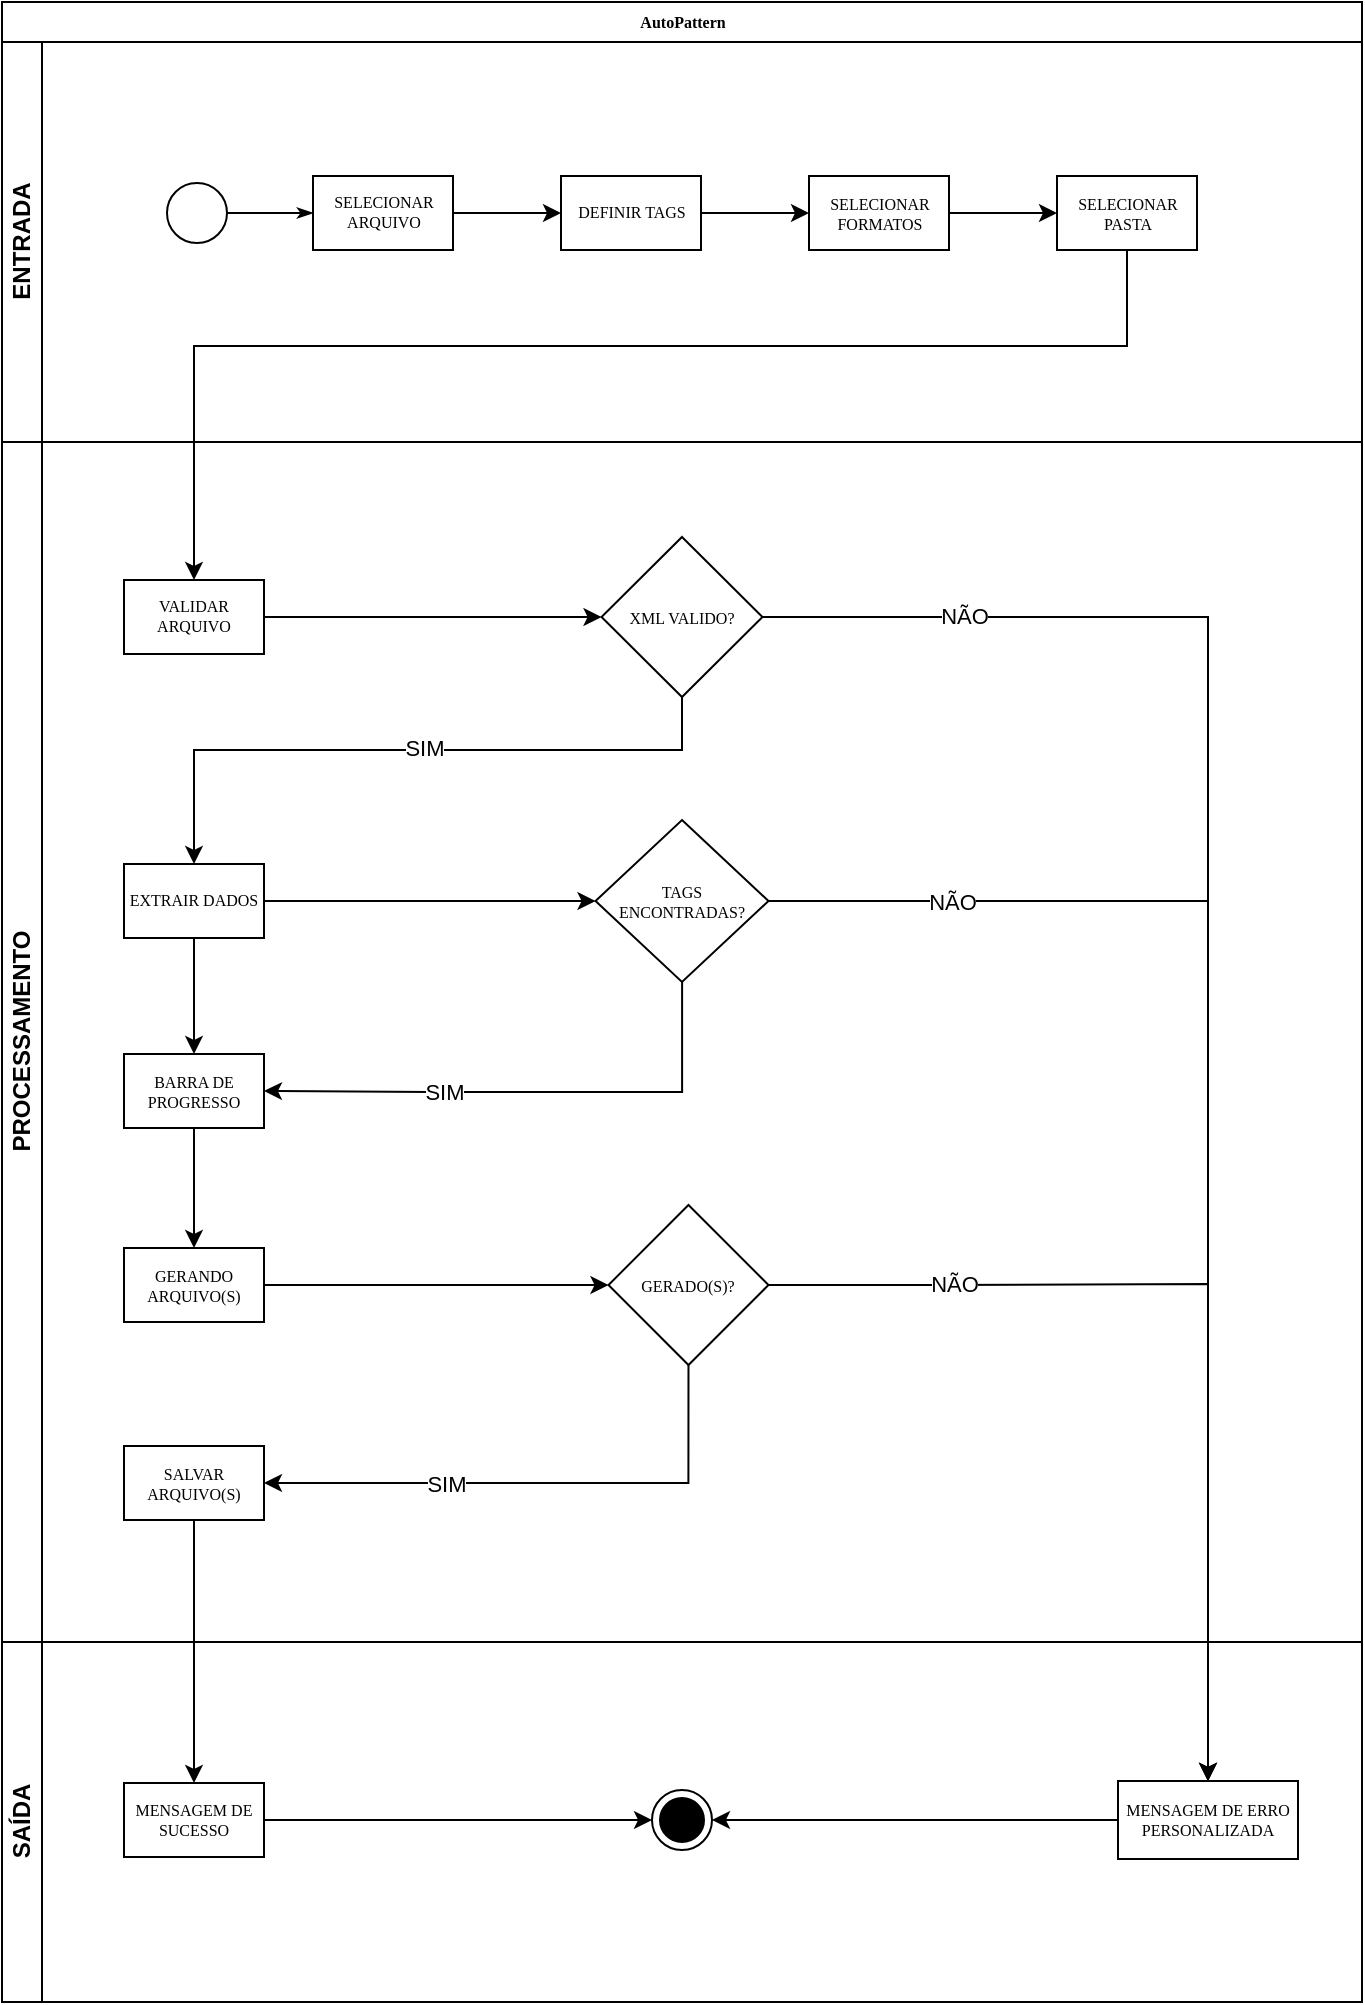
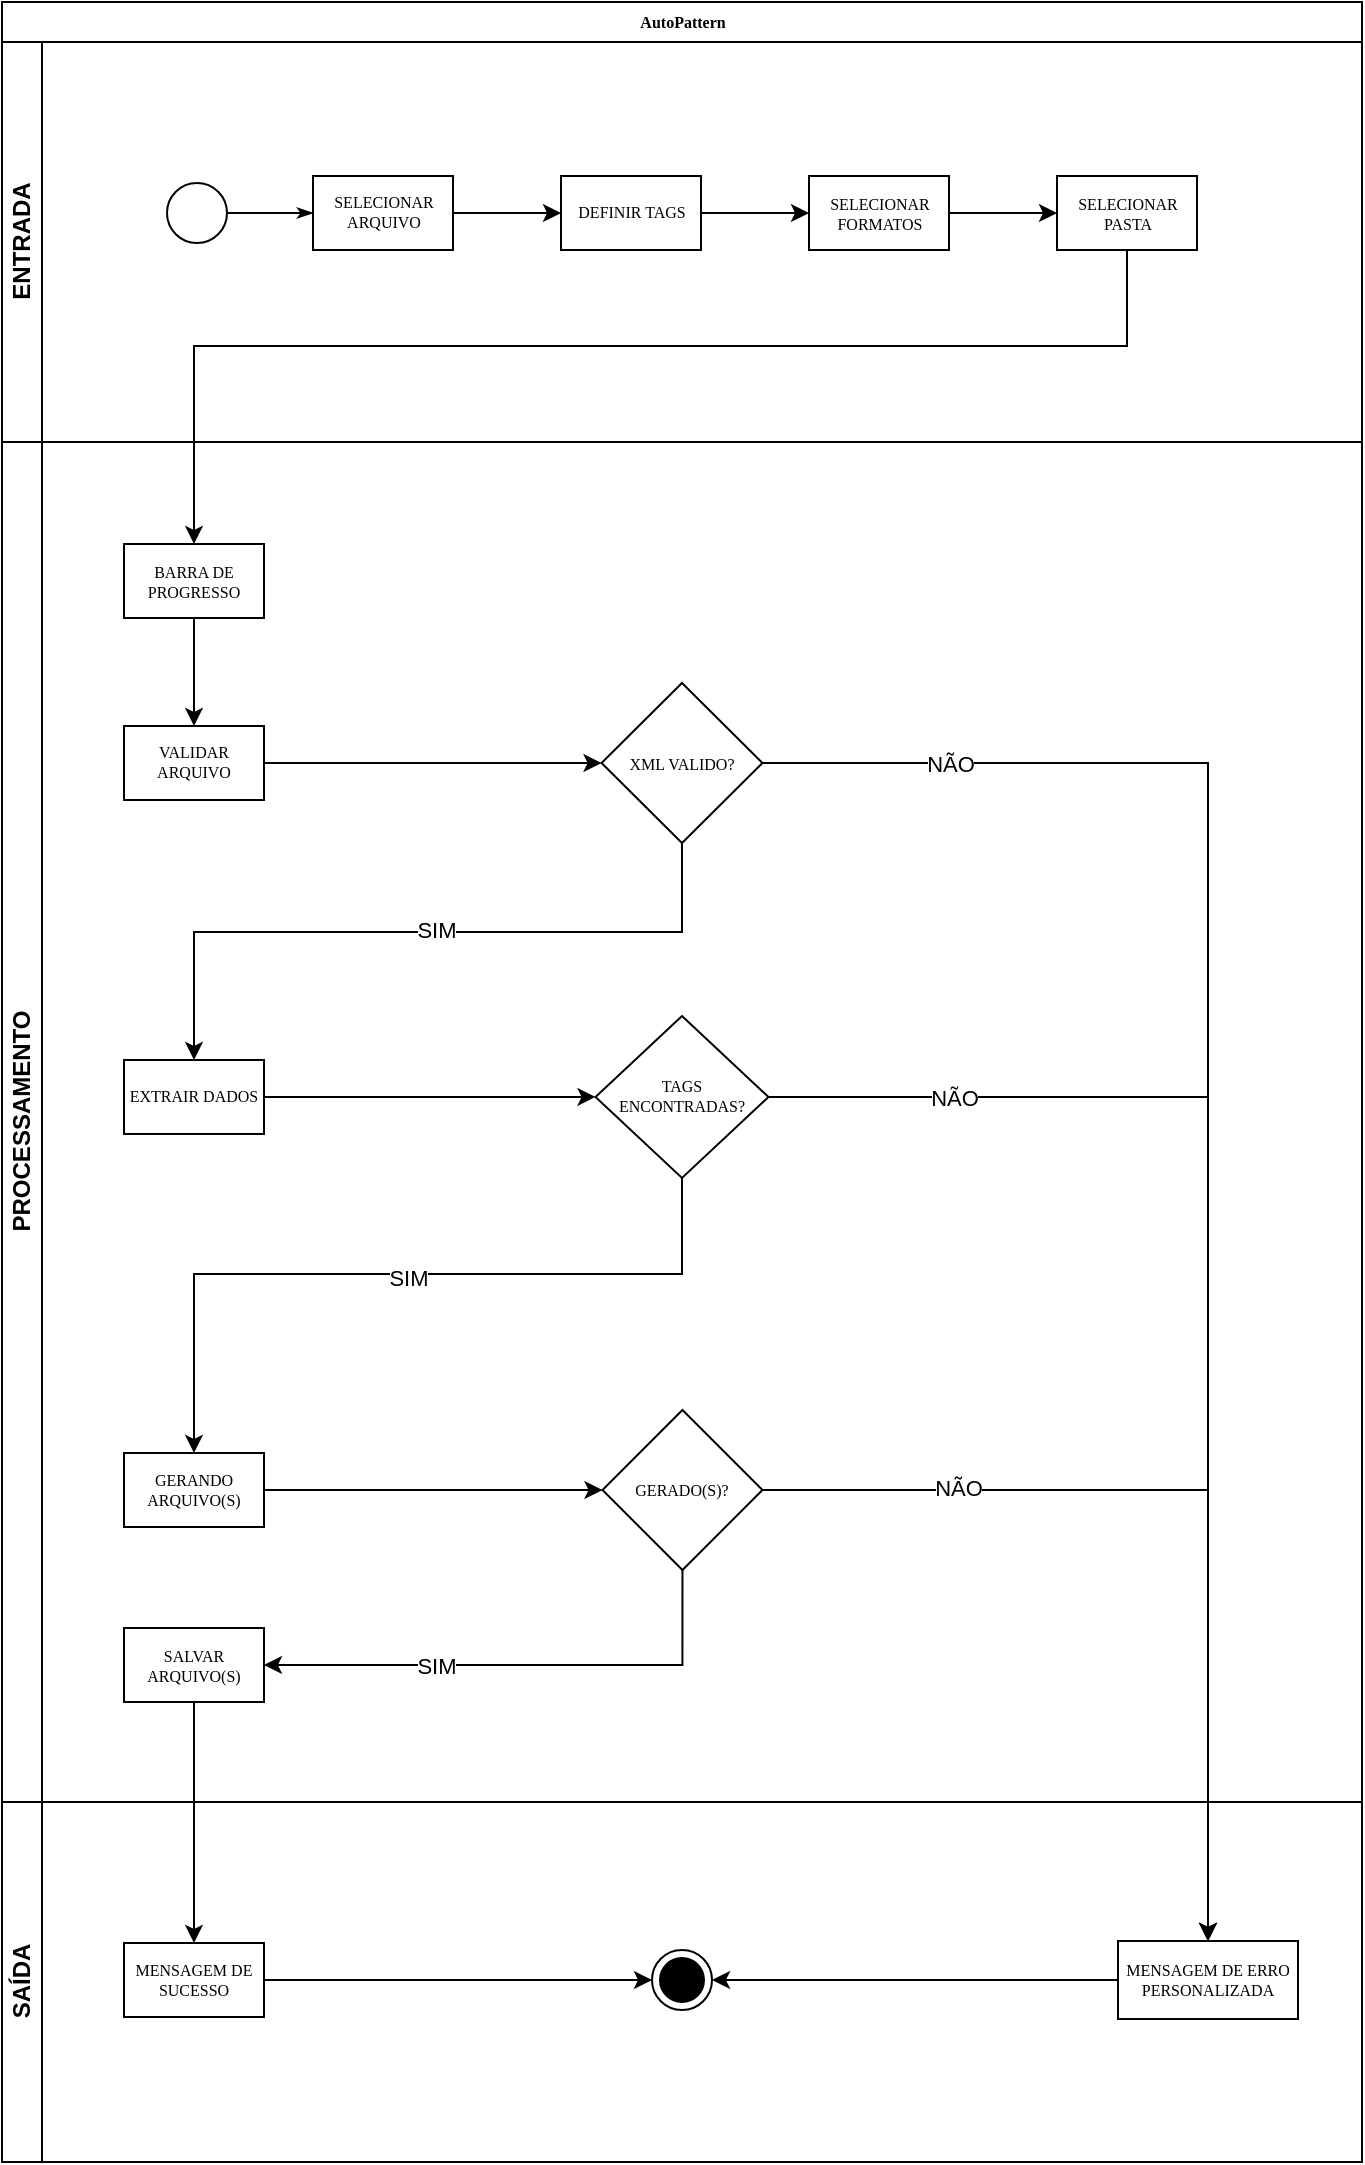
- <mxfile host="app.diagrams.net" agent="Mozilla/5.0 (Windows NT 10.0; Win64; x64) AppleWebKit/537.36 (KHTML, like Gecko) Chrome/139.0.0.0 Safari/537.36" version="29.3.6">
+ <mxfile host="app.diagrams.net" agent="Mozilla/5.0 (Windows NT 10.0; Win64; x64) AppleWebKit/537.36 (KHTML, like Gecko) Chrome/139.0.0.0 Safari/537.36" version="29.3.8">
  <diagram name="Page-1" id="c7488fd3-1785-93aa-aadb-54a6760d102a">
-     <mxGraphModel dx="1826" dy="1177" grid="0" gridSize="10" guides="1" tooltips="1" connect="1" arrows="1" fold="1" page="0" pageScale="1" pageWidth="1100" pageHeight="850" background="light-dark(#FFFFFF,#FFFFFF)" math="0" shadow="0" adaptiveColors="none">
+     <mxGraphModel dx="2078" dy="1314" grid="0" gridSize="10" guides="1" tooltips="1" connect="1" arrows="1" fold="1" page="0" pageScale="1" pageWidth="1100" pageHeight="850" background="light-dark(#FFFFFF,#FFFFFF)" math="0" shadow="0" adaptiveColors="none">
      <root>
        <mxCell id="0" />
        <mxCell id="1" parent="0" />
        <mxCell id="2b4e8129b02d487f-1" parent="1" style="swimlane;html=1;childLayout=stackLayout;horizontal=1;startSize=20;horizontalStack=0;rounded=0;shadow=0;labelBackgroundColor=none;strokeWidth=1;fontFamily=Verdana;fontSize=8;align=center;labelBorderColor=none;textShadow=0;strokeColor=default;" value="AutoPattern" vertex="1">
-           <mxGeometry height="1000" width="680" x="-98" y="-95" as="geometry" />
+           <mxGeometry height="1080" width="680" x="-98" y="-95" as="geometry" />
        </mxCell>
        <mxCell id="2b4e8129b02d487f-2" parent="2b4e8129b02d487f-1" style="swimlane;html=1;startSize=20;horizontal=0;labelBackgroundColor=none;rounded=0;" value="ENTRADA" vertex="1">
          <mxGeometry height="200" width="680" y="20" as="geometry">
            <mxRectangle height="26" width="680" y="20" as="alternateBounds" />
          </mxGeometry>
        </mxCell>
        <mxCell id="2b4e8129b02d487f-18" edge="1" parent="2b4e8129b02d487f-2" source="2b4e8129b02d487f-5" style="edgeStyle=orthogonalEdgeStyle;rounded=0;html=1;labelBackgroundColor=none;startArrow=none;startFill=0;startSize=5;endArrow=classicThin;endFill=1;endSize=5;jettySize=auto;orthogonalLoop=1;strokeWidth=1;fontFamily=Verdana;fontSize=8;fontColor=default;" target="2b4e8129b02d487f-6">
          <mxGeometry relative="1" as="geometry" />
        </mxCell>
        <mxCell id="2b4e8129b02d487f-5" parent="2b4e8129b02d487f-2" style="ellipse;whiteSpace=wrap;html=1;rounded=0;shadow=0;labelBackgroundColor=none;strokeWidth=1;fontFamily=Verdana;fontSize=8;align=center;fillColor=none;" value="" vertex="1">
          <mxGeometry height="30" width="30" x="82.5" y="70.5" as="geometry" />
        </mxCell>
        <mxCell id="Cy3nPeSg40keP1WqBwFh-8" edge="1" parent="2b4e8129b02d487f-2" source="2b4e8129b02d487f-6" style="edgeStyle=orthogonalEdgeStyle;rounded=0;orthogonalLoop=1;jettySize=auto;html=1;" target="Cy3nPeSg40keP1WqBwFh-7" value="">
          <mxGeometry relative="1" as="geometry" />
        </mxCell>
        <mxCell id="2b4e8129b02d487f-6" parent="2b4e8129b02d487f-2" style="rounded=0;whiteSpace=wrap;html=1;shadow=0;labelBackgroundColor=none;strokeWidth=1;fontFamily=Verdana;fontSize=8;align=center;" value="SELECIONAR ARQUIVO" vertex="1">
          <mxGeometry height="37" width="70" x="155.5" y="66.99999999999997" as="geometry" />
        </mxCell>
        <mxCell id="Cy3nPeSg40keP1WqBwFh-10" edge="1" parent="2b4e8129b02d487f-2" source="Cy3nPeSg40keP1WqBwFh-7" style="edgeStyle=orthogonalEdgeStyle;rounded=0;orthogonalLoop=1;jettySize=auto;html=1;" target="Cy3nPeSg40keP1WqBwFh-9" value="">
          <mxGeometry relative="1" as="geometry" />
        </mxCell>
        <mxCell id="Cy3nPeSg40keP1WqBwFh-7" parent="2b4e8129b02d487f-2" style="rounded=0;whiteSpace=wrap;html=1;shadow=0;labelBackgroundColor=none;strokeWidth=1;fontFamily=Verdana;fontSize=8;align=center;" value="DEFINIR TAGS" vertex="1">
          <mxGeometry height="37" width="70" x="279.5" y="66.99999999999997" as="geometry" />
        </mxCell>
        <mxCell id="Cy3nPeSg40keP1WqBwFh-12" edge="1" parent="2b4e8129b02d487f-2" source="Cy3nPeSg40keP1WqBwFh-9" style="edgeStyle=orthogonalEdgeStyle;rounded=0;orthogonalLoop=1;jettySize=auto;html=1;" target="Cy3nPeSg40keP1WqBwFh-11" value="">
          <mxGeometry relative="1" as="geometry" />
        </mxCell>
        <mxCell id="Cy3nPeSg40keP1WqBwFh-9" parent="2b4e8129b02d487f-2" style="rounded=0;whiteSpace=wrap;html=1;shadow=0;labelBackgroundColor=none;strokeWidth=1;fontFamily=Verdana;fontSize=8;align=center;" value="SELECIONAR FORMATOS" vertex="1">
          <mxGeometry height="37" width="70" x="403.5" y="67" as="geometry" />
        </mxCell>
        <mxCell id="Cy3nPeSg40keP1WqBwFh-11" parent="2b4e8129b02d487f-2" style="rounded=0;whiteSpace=wrap;html=1;shadow=0;labelBackgroundColor=none;strokeWidth=1;fontFamily=Verdana;fontSize=8;align=center;" value="SELECIONAR PASTA" vertex="1">
          <mxGeometry height="37" width="70" x="527.5" y="67" as="geometry" />
        </mxCell>
-         <mxCell id="Cy3nPeSg40keP1WqBwFh-13" edge="1" parent="2b4e8129b02d487f-1" source="Cy3nPeSg40keP1WqBwFh-11" style="edgeStyle=orthogonalEdgeStyle;rounded=0;orthogonalLoop=1;jettySize=auto;html=1;" target="2b4e8129b02d487f-12">
+         <mxCell id="Cy3nPeSg40keP1WqBwFh-13" edge="1" parent="2b4e8129b02d487f-1" source="Cy3nPeSg40keP1WqBwFh-11" style="edgeStyle=orthogonalEdgeStyle;rounded=0;orthogonalLoop=1;jettySize=auto;html=1;entryX=0.5;entryY=0;entryDx=0;entryDy=0;" target="_9URGLUCcE8BIHWd2EBD-2">
          <mxGeometry relative="1" as="geometry">
            <Array as="points">
-               <mxPoint x="562" y="172" />
+               <mxPoint x="563" y="172" />
              <mxPoint x="96" y="172" />
            </Array>
+             <mxPoint x="96" y="267" as="targetPoint" />
          </mxGeometry>
        </mxCell>
        <mxCell id="Cy3nPeSg40keP1WqBwFh-17" edge="1" parent="2b4e8129b02d487f-1" source="Cy3nPeSg40keP1WqBwFh-14" style="edgeStyle=orthogonalEdgeStyle;rounded=0;orthogonalLoop=1;jettySize=auto;html=1;entryX=0.5;entryY=0;entryDx=0;entryDy=0;" target="Cy3nPeSg40keP1WqBwFh-41" value="">
          <mxGeometry relative="1" as="geometry">
            <mxPoint x="527.5" y="307.5" as="targetPoint" />
          </mxGeometry>
        </mxCell>
        <mxCell id="Cy3nPeSg40keP1WqBwFh-37" connectable="0" parent="Cy3nPeSg40keP1WqBwFh-17" style="edgeLabel;html=1;align=center;verticalAlign=middle;resizable=0;points=[];" value="NÃO" vertex="1">
          <mxGeometry relative="1" x="-0.3273" as="geometry">
-             <mxPoint x="-122" y="-48" as="offset" />
+             <mxPoint x="-129" y="-50" as="offset" />
          </mxGeometry>
        </mxCell>
        <mxCell id="Cy3nPeSg40keP1WqBwFh-42" edge="1" parent="2b4e8129b02d487f-1" source="Cy3nPeSg40keP1WqBwFh-27" style="edgeStyle=orthogonalEdgeStyle;rounded=0;orthogonalLoop=1;jettySize=auto;html=1;" target="Cy3nPeSg40keP1WqBwFh-41">
          <mxGeometry relative="1" as="geometry" />
        </mxCell>
        <mxCell id="Cy3nPeSg40keP1WqBwFh-43" connectable="0" parent="Cy3nPeSg40keP1WqBwFh-42" style="edgeLabel;html=1;align=center;verticalAlign=middle;resizable=0;points=[];" value="NÃO" vertex="1">
          <mxGeometry relative="1" x="-0.4755" y="-1" as="geometry">
-             <mxPoint x="-81" y="-1" as="offset" />
+             <mxPoint x="-76" y="-1" as="offset" />
          </mxGeometry>
        </mxCell>
-         <mxCell id="Cy3nPeSg40keP1WqBwFh-47" edge="1" parent="2b4e8129b02d487f-1" source="Cy3nPeSg40keP1WqBwFh-35" style="edgeStyle=orthogonalEdgeStyle;rounded=0;orthogonalLoop=1;jettySize=auto;html=1;entryX=0.5;entryY=0;entryDx=0;entryDy=0;" target="Cy3nPeSg40keP1WqBwFh-41">
+         <mxCell id="Cy3nPeSg40keP1WqBwFh-47" edge="1" parent="2b4e8129b02d487f-1" source="Cy3nPeSg40keP1WqBwFh-35" style="edgeStyle=orthogonalEdgeStyle;rounded=0;orthogonalLoop=1;jettySize=auto;html=1;entryX=0.5;entryY=0;entryDx=0;entryDy=0;exitX=1;exitY=0.5;exitDx=0;exitDy=0;" target="Cy3nPeSg40keP1WqBwFh-41">
          <mxGeometry relative="1" as="geometry">
            <Array as="points">
-               <mxPoint x="468" y="641" />
-               <mxPoint x="589" y="641" />
+               <mxPoint x="603" y="744" />
            </Array>
          </mxGeometry>
        </mxCell>
        <mxCell id="Cy3nPeSg40keP1WqBwFh-48" connectable="0" parent="Cy3nPeSg40keP1WqBwFh-47" style="edgeLabel;html=1;align=center;verticalAlign=middle;resizable=0;points=[];" value="NÃO" vertex="1">
          <mxGeometry relative="1" x="-0.2459" y="-1" as="geometry">
-             <mxPoint x="-84" y="-1" as="offset" />
+             <mxPoint x="-71" y="-2" as="offset" />
          </mxGeometry>
        </mxCell>
        <mxCell id="2b4e8129b02d487f-3" parent="2b4e8129b02d487f-1" style="swimlane;html=1;startSize=20;horizontal=0;labelBackgroundColor=none;rounded=0;spacingBottom=0;" value="PROCESSAMENTO" vertex="1">
-           <mxGeometry height="600" width="680" y="220" as="geometry" />
+           <mxGeometry height="680" width="680" y="220" as="geometry" />
        </mxCell>
-         <mxCell id="Cy3nPeSg40keP1WqBwFh-15" edge="1" parent="2b4e8129b02d487f-3" source="2b4e8129b02d487f-12" style="edgeStyle=orthogonalEdgeStyle;rounded=0;orthogonalLoop=1;jettySize=auto;html=1;" target="Cy3nPeSg40keP1WqBwFh-14" value="">
+         <mxCell id="_9URGLUCcE8BIHWd2EBD-7" edge="1" parent="2b4e8129b02d487f-3" source="2b4e8129b02d487f-12" style="edgeStyle=orthogonalEdgeStyle;rounded=0;orthogonalLoop=1;jettySize=auto;html=1;exitX=1;exitY=0.5;exitDx=0;exitDy=0;entryX=0;entryY=0.5;entryDx=0;entryDy=0;" target="Cy3nPeSg40keP1WqBwFh-14">
          <mxGeometry relative="1" as="geometry" />
        </mxCell>
        <mxCell id="2b4e8129b02d487f-12" parent="2b4e8129b02d487f-3" style="rounded=0;whiteSpace=wrap;html=1;shadow=0;labelBackgroundColor=none;strokeWidth=1;fontFamily=Verdana;fontSize=8;align=center;" value="VALIDAR ARQUIVO" vertex="1">
-           <mxGeometry height="37" width="70" x="61" y="68.99999999999996" as="geometry" />
+           <mxGeometry height="37" width="70" x="61" y="141.99999999999994" as="geometry" />
        </mxCell>
-         <mxCell id="Cy3nPeSg40keP1WqBwFh-24" edge="1" parent="2b4e8129b02d487f-3" source="Cy3nPeSg40keP1WqBwFh-14" style="edgeStyle=orthogonalEdgeStyle;rounded=0;orthogonalLoop=1;jettySize=auto;html=1;entryX=0.5;entryY=0;entryDx=0;entryDy=0;exitX=0.5;exitY=0.994;exitDx=0;exitDy=0;exitPerimeter=0;" target="Cy3nPeSg40keP1WqBwFh-22">
+         <mxCell id="Cy3nPeSg40keP1WqBwFh-24" edge="1" parent="2b4e8129b02d487f-3" source="Cy3nPeSg40keP1WqBwFh-14" style="edgeStyle=orthogonalEdgeStyle;rounded=0;orthogonalLoop=1;jettySize=auto;html=1;entryX=0.5;entryY=0;entryDx=0;entryDy=0;exitX=0.5;exitY=1;exitDx=0;exitDy=0;" target="Cy3nPeSg40keP1WqBwFh-22">
          <mxGeometry relative="1" as="geometry">
            <Array as="points">
-               <mxPoint x="340" y="154" />
-               <mxPoint x="96" y="154" />
+               <mxPoint x="340" y="245" />
+               <mxPoint x="96" y="245" />
            </Array>
+             <mxPoint x="340" y="200.01999999999998" as="sourcePoint" />
          </mxGeometry>
        </mxCell>
        <mxCell id="Cy3nPeSg40keP1WqBwFh-26" connectable="0" parent="Cy3nPeSg40keP1WqBwFh-24" style="edgeLabel;html=1;align=center;verticalAlign=middle;resizable=0;points=[];" value="SIM" vertex="1">
          <mxGeometry relative="1" x="-0.0136" y="-2" as="geometry">
            <mxPoint x="6" y="1" as="offset" />
          </mxGeometry>
        </mxCell>
        <mxCell id="Cy3nPeSg40keP1WqBwFh-14" parent="2b4e8129b02d487f-3" style="rhombus;whiteSpace=wrap;html=1;fontSize=8;fontFamily=Verdana;rounded=0;shadow=0;labelBackgroundColor=none;strokeWidth=1;" value="XML VALIDO?" vertex="1">
-           <mxGeometry height="80" width="80.48" x="299.76" y="47.5" as="geometry" />
+           <mxGeometry height="80" width="80.48" x="299.76" y="120.5" as="geometry" />
        </mxCell>
        <mxCell id="Cy3nPeSg40keP1WqBwFh-28" edge="1" parent="2b4e8129b02d487f-3" source="Cy3nPeSg40keP1WqBwFh-22" style="edgeStyle=orthogonalEdgeStyle;rounded=0;orthogonalLoop=1;jettySize=auto;html=1;exitX=1;exitY=0.5;exitDx=0;exitDy=0;entryX=0;entryY=0.5;entryDx=0;entryDy=0;" target="Cy3nPeSg40keP1WqBwFh-27">
          <mxGeometry relative="1" as="geometry" />
        </mxCell>
-         <mxCell id="Cy3nPeSg40keP1WqBwFh-32" edge="1" parent="2b4e8129b02d487f-3" source="Cy3nPeSg40keP1WqBwFh-22" style="edgeStyle=orthogonalEdgeStyle;rounded=0;orthogonalLoop=1;jettySize=auto;html=1;" target="Cy3nPeSg40keP1WqBwFh-31" value="">
-           <mxGeometry relative="1" as="geometry" />
+         <mxCell id="Cy3nPeSg40keP1WqBwFh-22" parent="2b4e8129b02d487f-3" style="rounded=0;whiteSpace=wrap;html=1;shadow=0;labelBackgroundColor=none;strokeWidth=1;fontFamily=Verdana;fontSize=8;align=center;" value="EXTRAIR DADOS" vertex="1">
+           <mxGeometry height="37" width="70" x="61" y="308.98999999999995" as="geometry" />
        </mxCell>
-         <mxCell id="Cy3nPeSg40keP1WqBwFh-22" parent="2b4e8129b02d487f-3" style="rounded=0;whiteSpace=wrap;html=1;shadow=0;labelBackgroundColor=none;strokeWidth=1;fontFamily=Verdana;fontSize=8;align=center;" value="EXTRAIR DADOS" vertex="1">
-           <mxGeometry height="37" width="70" x="61" y="210.99999999999994" as="geometry" />
-         </mxCell>
-         <mxCell id="Cy3nPeSg40keP1WqBwFh-44" edge="1" parent="2b4e8129b02d487f-3" source="Cy3nPeSg40keP1WqBwFh-27" style="edgeStyle=orthogonalEdgeStyle;rounded=0;orthogonalLoop=1;jettySize=auto;html=1;entryX=1;entryY=0.5;entryDx=0;entryDy=0;" target="Cy3nPeSg40keP1WqBwFh-31">
+         <mxCell id="Cy3nPeSg40keP1WqBwFh-44" edge="1" parent="2b4e8129b02d487f-3" source="Cy3nPeSg40keP1WqBwFh-27" style="edgeStyle=orthogonalEdgeStyle;rounded=0;orthogonalLoop=1;jettySize=auto;html=1;entryX=0.5;entryY=0;entryDx=0;entryDy=0;exitX=0.5;exitY=1;exitDx=0;exitDy=0;" target="Cy3nPeSg40keP1WqBwFh-33">
          <mxGeometry relative="1" as="geometry">
            <Array as="points">
-               <mxPoint x="340" y="325" />
-               <mxPoint x="214" y="325" />
+               <mxPoint x="340" y="416" />
+               <mxPoint x="96" y="416" />
            </Array>
+             <mxPoint x="337" y="368" as="sourcePoint" />
+             <mxPoint x="131" y="397.5" as="targetPoint" />
          </mxGeometry>
        </mxCell>
-         <mxCell id="Cy3nPeSg40keP1WqBwFh-45" connectable="0" parent="Cy3nPeSg40keP1WqBwFh-44" style="edgeLabel;html=1;align=center;verticalAlign=middle;resizable=0;points=[];" value="SIM" vertex="1">
-           <mxGeometry relative="1" x="0.4509" y="1" as="geometry">
-             <mxPoint x="17" y="-1" as="offset" />
+         <mxCell id="_9URGLUCcE8BIHWd2EBD-1" connectable="0" parent="Cy3nPeSg40keP1WqBwFh-44" style="edgeLabel;html=1;align=center;verticalAlign=middle;resizable=0;points=[];" value="SIM" vertex="1">
+           <mxGeometry relative="1" x="-0.0265" y="2" as="geometry">
+             <mxPoint as="offset" />
          </mxGeometry>
        </mxCell>
        <mxCell id="Cy3nPeSg40keP1WqBwFh-27" parent="2b4e8129b02d487f-3" style="rhombus;whiteSpace=wrap;html=1;fontSize=8;fontFamily=Verdana;rounded=0;shadow=0;labelBackgroundColor=none;strokeWidth=1;" value="TAGS ENCONTRADAS?" vertex="1">
-           <mxGeometry height="80.98" width="86.48" x="296.76" y="189.01" as="geometry" />
-         </mxCell>
-         <mxCell id="Cy3nPeSg40keP1WqBwFh-34" edge="1" parent="2b4e8129b02d487f-3" source="Cy3nPeSg40keP1WqBwFh-31" style="edgeStyle=orthogonalEdgeStyle;rounded=0;orthogonalLoop=1;jettySize=auto;html=1;" target="Cy3nPeSg40keP1WqBwFh-33" value="">
-           <mxGeometry relative="1" as="geometry" />
-         </mxCell>
-         <mxCell id="Cy3nPeSg40keP1WqBwFh-31" parent="2b4e8129b02d487f-3" style="rounded=0;whiteSpace=wrap;html=1;shadow=0;labelBackgroundColor=none;strokeWidth=1;fontFamily=Verdana;fontSize=8;align=center;" value="BARRA DE PROGRESSO" vertex="1">
-           <mxGeometry height="37" width="70" x="61" y="305.99999999999994" as="geometry" />
+           <mxGeometry height="80.98" width="86.48" x="296.76" y="287" as="geometry" />
        </mxCell>
        <mxCell id="Cy3nPeSg40keP1WqBwFh-36" edge="1" parent="2b4e8129b02d487f-3" source="Cy3nPeSg40keP1WqBwFh-33" style="edgeStyle=orthogonalEdgeStyle;rounded=0;orthogonalLoop=1;jettySize=auto;html=1;" target="Cy3nPeSg40keP1WqBwFh-35" value="">
          <mxGeometry relative="1" as="geometry" />
        </mxCell>
        <mxCell id="Cy3nPeSg40keP1WqBwFh-33" parent="2b4e8129b02d487f-3" style="rounded=0;whiteSpace=wrap;html=1;shadow=0;labelBackgroundColor=none;strokeWidth=1;fontFamily=Verdana;fontSize=8;align=center;" value="GERANDO ARQUIVO(S)" vertex="1">
-           <mxGeometry height="37" width="70" x="61" y="402.99999999999994" as="geometry" />
+           <mxGeometry height="37" width="70" x="61" y="505.49999999999994" as="geometry" />
        </mxCell>
        <mxCell id="Cy3nPeSg40keP1WqBwFh-51" edge="1" parent="2b4e8129b02d487f-3" source="Cy3nPeSg40keP1WqBwFh-35" style="edgeStyle=orthogonalEdgeStyle;rounded=0;orthogonalLoop=1;jettySize=auto;html=1;exitX=0.5;exitY=1;exitDx=0;exitDy=0;entryX=1;entryY=0.5;entryDx=0;entryDy=0;" target="Cy3nPeSg40keP1WqBwFh-50">
          <mxGeometry relative="1" as="geometry" />
        </mxCell>
        <mxCell id="Cy3nPeSg40keP1WqBwFh-57" connectable="0" parent="Cy3nPeSg40keP1WqBwFh-51" style="edgeLabel;html=1;align=center;verticalAlign=middle;resizable=0;points=[];" value="SIM" vertex="1">
          <mxGeometry relative="1" x="0.3297" as="geometry">
            <mxPoint as="offset" />
          </mxGeometry>
        </mxCell>
        <mxCell id="Cy3nPeSg40keP1WqBwFh-35" parent="2b4e8129b02d487f-3" style="rhombus;whiteSpace=wrap;html=1;fontSize=8;fontFamily=Verdana;rounded=0;shadow=0;labelBackgroundColor=none;strokeWidth=1;" value="GERADO(S)?" vertex="1">
-           <mxGeometry height="80" width="80" x="303.24" y="381.49999999999994" as="geometry" />
+           <mxGeometry height="80" width="80" x="300.24" y="483.99999999999994" as="geometry" />
        </mxCell>
        <mxCell id="Cy3nPeSg40keP1WqBwFh-50" parent="2b4e8129b02d487f-3" style="rounded=0;whiteSpace=wrap;html=1;shadow=0;labelBackgroundColor=none;strokeWidth=1;fontFamily=Verdana;fontSize=8;align=center;" value="SALVAR ARQUIVO(S)" vertex="1">
-           <mxGeometry height="37" width="70" x="61" y="502" as="geometry" />
+           <mxGeometry height="37" width="70" x="61" y="593" as="geometry" />
+         </mxCell>
+         <mxCell id="_9URGLUCcE8BIHWd2EBD-4" edge="1" parent="2b4e8129b02d487f-3" source="_9URGLUCcE8BIHWd2EBD-2" style="edgeStyle=orthogonalEdgeStyle;rounded=0;orthogonalLoop=1;jettySize=auto;html=1;" target="2b4e8129b02d487f-12" value="">
+           <mxGeometry relative="1" as="geometry" />
+         </mxCell>
+         <mxCell id="_9URGLUCcE8BIHWd2EBD-2" parent="2b4e8129b02d487f-3" style="rounded=0;whiteSpace=wrap;html=1;shadow=0;labelBackgroundColor=none;strokeWidth=1;fontFamily=Verdana;fontSize=8;align=center;" value="BARRA DE PROGRESSO" vertex="1">
+           <mxGeometry height="37" width="70" x="61" y="51" as="geometry" />
        </mxCell>
        <mxCell id="2b4e8129b02d487f-4" parent="2b4e8129b02d487f-1" style="swimlane;html=1;startSize=20;horizontal=0;labelBackgroundColor=none;rounded=0;" value="SAÍDA" vertex="1">
-           <mxGeometry height="180" width="680" y="820" as="geometry" />
+           <mxGeometry height="180" width="680" y="900" as="geometry" />
        </mxCell>
        <mxCell id="Cy3nPeSg40keP1WqBwFh-19" parent="2b4e8129b02d487f-4" style="ellipse;html=1;shape=endState;fillColor=#000000;strokeColor=light-dark(#000000,#000000);" value="" vertex="1">
          <mxGeometry height="30" width="30" x="325" y="74" as="geometry" />
        </mxCell>
        <mxCell id="Cy3nPeSg40keP1WqBwFh-49" edge="1" parent="2b4e8129b02d487f-4" source="Cy3nPeSg40keP1WqBwFh-41" style="edgeStyle=orthogonalEdgeStyle;rounded=0;orthogonalLoop=1;jettySize=auto;html=1;entryX=1;entryY=0.5;entryDx=0;entryDy=0;" target="Cy3nPeSg40keP1WqBwFh-19">
          <mxGeometry relative="1" as="geometry" />
        </mxCell>
        <mxCell id="Cy3nPeSg40keP1WqBwFh-41" parent="2b4e8129b02d487f-4" style="rounded=0;whiteSpace=wrap;html=1;shadow=0;labelBackgroundColor=none;strokeWidth=1;fontFamily=Verdana;fontSize=8;align=center;" value="MENSAGEM DE ERRO PERSONALIZADA" vertex="1">
          <mxGeometry height="39" width="90" x="558" y="69.5" as="geometry" />
        </mxCell>
        <mxCell id="Cy3nPeSg40keP1WqBwFh-55" edge="1" parent="2b4e8129b02d487f-4" source="Cy3nPeSg40keP1WqBwFh-54" style="edgeStyle=orthogonalEdgeStyle;rounded=0;orthogonalLoop=1;jettySize=auto;html=1;entryX=0;entryY=0.5;entryDx=0;entryDy=0;" target="Cy3nPeSg40keP1WqBwFh-19">
          <mxGeometry relative="1" as="geometry" />
        </mxCell>
        <mxCell id="Cy3nPeSg40keP1WqBwFh-54" parent="2b4e8129b02d487f-4" style="rounded=0;whiteSpace=wrap;html=1;shadow=0;labelBackgroundColor=none;strokeWidth=1;fontFamily=Verdana;fontSize=8;align=center;" value="MENSAGEM DE SUCESSO" vertex="1">
          <mxGeometry height="37" width="70" x="61" y="70.5" as="geometry" />
        </mxCell>
        <mxCell id="Cy3nPeSg40keP1WqBwFh-56" edge="1" parent="2b4e8129b02d487f-1" source="Cy3nPeSg40keP1WqBwFh-50" style="edgeStyle=orthogonalEdgeStyle;rounded=0;orthogonalLoop=1;jettySize=auto;html=1;exitX=0.5;exitY=1;exitDx=0;exitDy=0;entryX=0.5;entryY=0;entryDx=0;entryDy=0;" target="Cy3nPeSg40keP1WqBwFh-54">
          <mxGeometry relative="1" as="geometry" />
        </mxCell>
      </root>
    </mxGraphModel>
  </diagram>
</mxfile>
